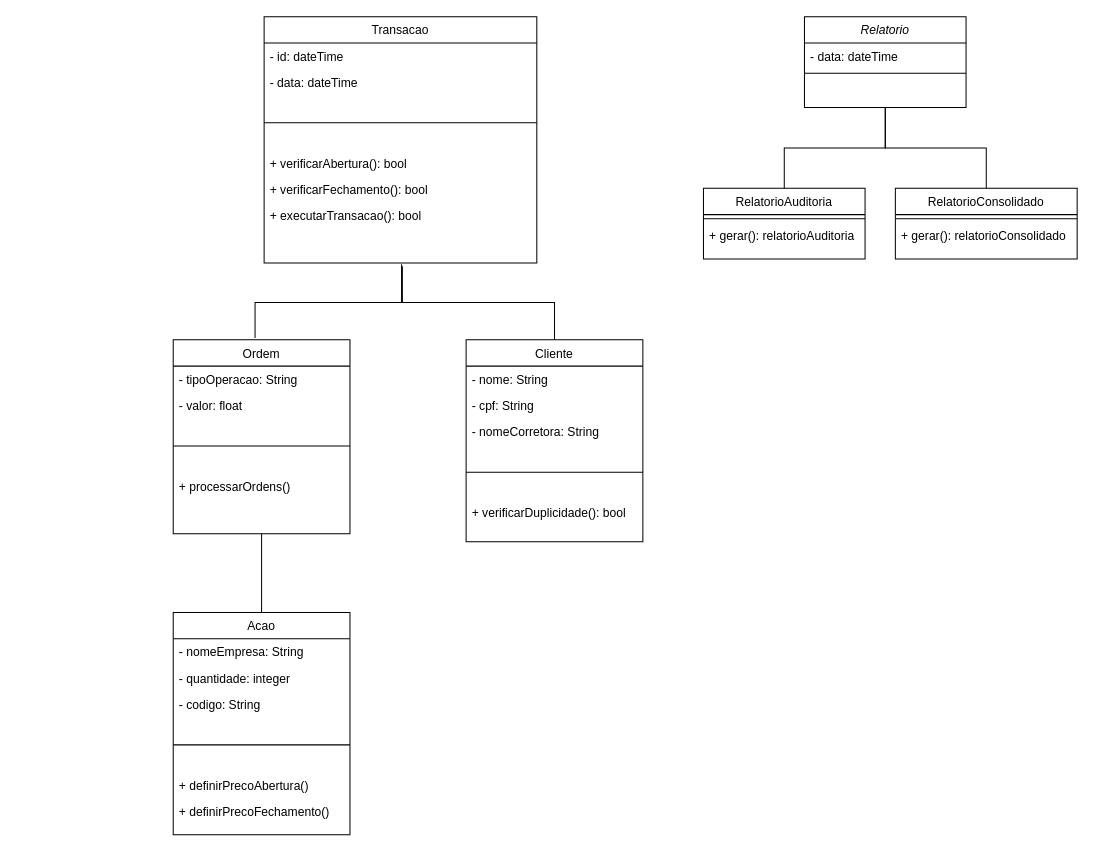
Above: diagramaClasses2.drawio in brunoorlandin/StockFEI-DealBroker (draw.io), before the change. Source tidied: cells renumbered, new cells numbered last; positions are measured from the earlier drawing's top-left corner, leaving out a move shared by most shapes. Both pictures are drawn from the tidied source at 101%, with x=0, y=0 at pixel (173, 16).
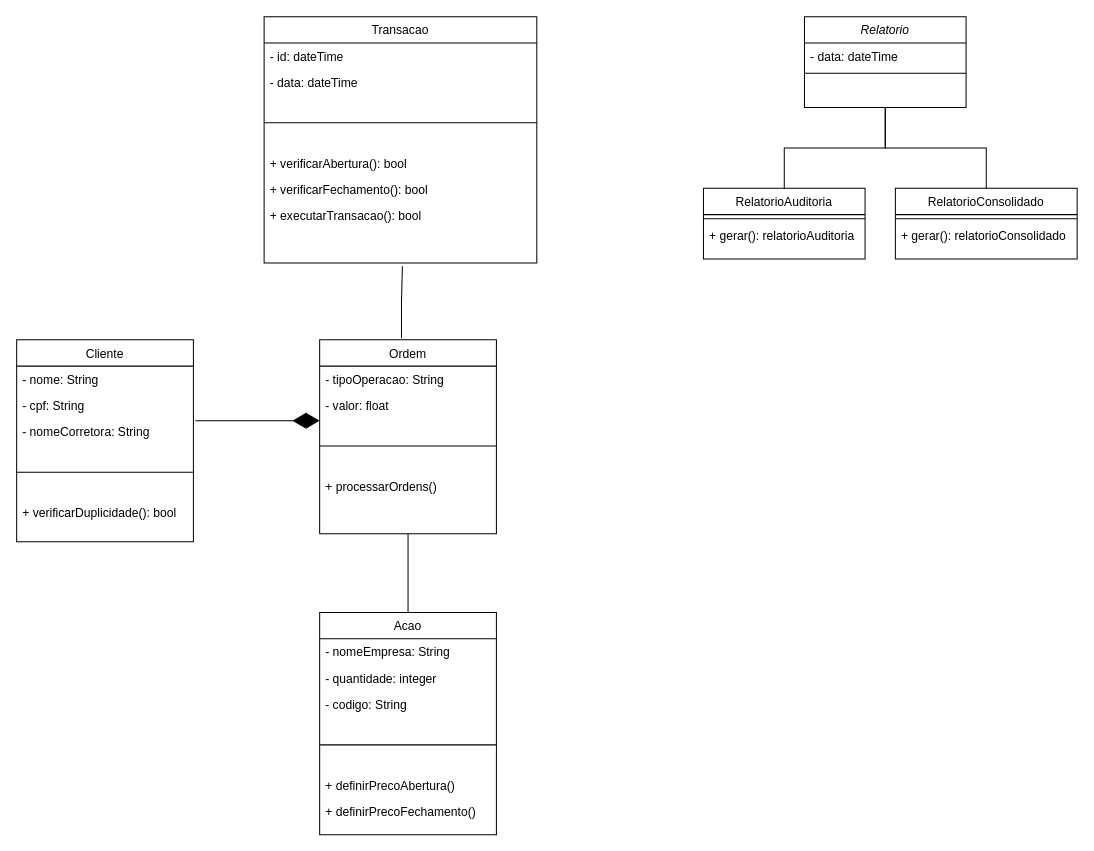
The same diagram, later.

The change refers to these unchanged cells:
```xml
<mxCell id="19" value="+ executarTransacao(): bool" style="text;align=left;verticalAlign=top;spacingLeft=4;spacingRight=4;overflow=hidden;points=[[0,0.5],[1,0.5]];portConstraint=eastwest;" parent="13" vertex="1">
  <mxGeometry y="184" width="270" height="60" as="geometry" />
</mxCell>
<mxCell id="22" value="- valor: float" style="text;align=left;verticalAlign=top;spacingLeft=4;spacingRight=4;overflow=hidden;points=[[0,0.5],[1,0.5]];portConstraint=eastwest;rounded=0;shadow=0;html=0;" parent="20" vertex="1">
  <mxGeometry y="52" width="175" height="26" as="geometry" />
</mxCell>
<mxCell id="35" value="- nomeCorretora: String " style="text;align=left;verticalAlign=top;spacingLeft=4;spacingRight=4;overflow=hidden;points=[[0,0.5],[1,0.5]];portConstraint=eastwest;rounded=0;shadow=0;html=0;" parent="32" vertex="1">
  <mxGeometry y="78" width="175" height="26" as="geometry" />
</mxCell>
```

The edit, as a diff of the source:
```diff
@@
     <mxCell id="20" value="Ordem" style="swimlane;fontStyle=0;align=center;verticalAlign=top;horizontal=1;startSize=26;rounded=0;shadow=0;strokeWidth=1;" parent="1" vertex="1">
-      <mxGeometry y="320" width="175" height="192" as="geometry" />
+      <mxGeometry x="145" y="320" width="175" height="192" as="geometry" />
     </mxCell>
@@
     <mxCell id="25" value="Acao" style="swimlane;fontStyle=0;align=center;verticalAlign=top;horizontal=1;startSize=26;rounded=0;shadow=0;strokeWidth=1;" parent="1" vertex="1">
-      <mxGeometry y="590" width="175" height="220" as="geometry" />
+      <mxGeometry x="145" y="590" width="175" height="220" as="geometry" />
     </mxCell>
@@
     <mxCell id="32" value="Cliente" style="swimlane;fontStyle=0;align=center;verticalAlign=top;horizontal=1;startSize=26;rounded=0;shadow=0;strokeWidth=1;" parent="1" vertex="1">
-      <mxGeometry x="290" y="320" width="175" height="200" as="geometry" />
+      <mxGeometry x="-155" y="320" width="175" height="200" as="geometry" />
     </mxCell>
@@
-    <mxCell id="38" style="endArrow=none;endSize=10;endFill=0;shadow=0;strokeWidth=1;rounded=0;edgeStyle=elbowEdgeStyle;elbow=vertical;entryX=0.504;entryY=1.017;entryDx=0;entryDy=0;entryPerimeter=0;" parent="1" edge="1" source="32" target="19">
-      <mxGeometry relative="1" as="geometry" />
-    </mxCell>
@@
+    <mxCell id="41" style="endArrow=diamondThin;endFill=1;endSize=24;html=1;rounded=0;entryX=0;entryY=1.077;entryDx=0;entryDy=0;entryPerimeter=0;exitX=1.011;exitY=0.077;exitDx=0;exitDy=0;exitPerimeter=0;" parent="1" edge="1" source="35" target="22">
+      <mxGeometry relative="1" as="geometry" />
+    </mxCell>
```
